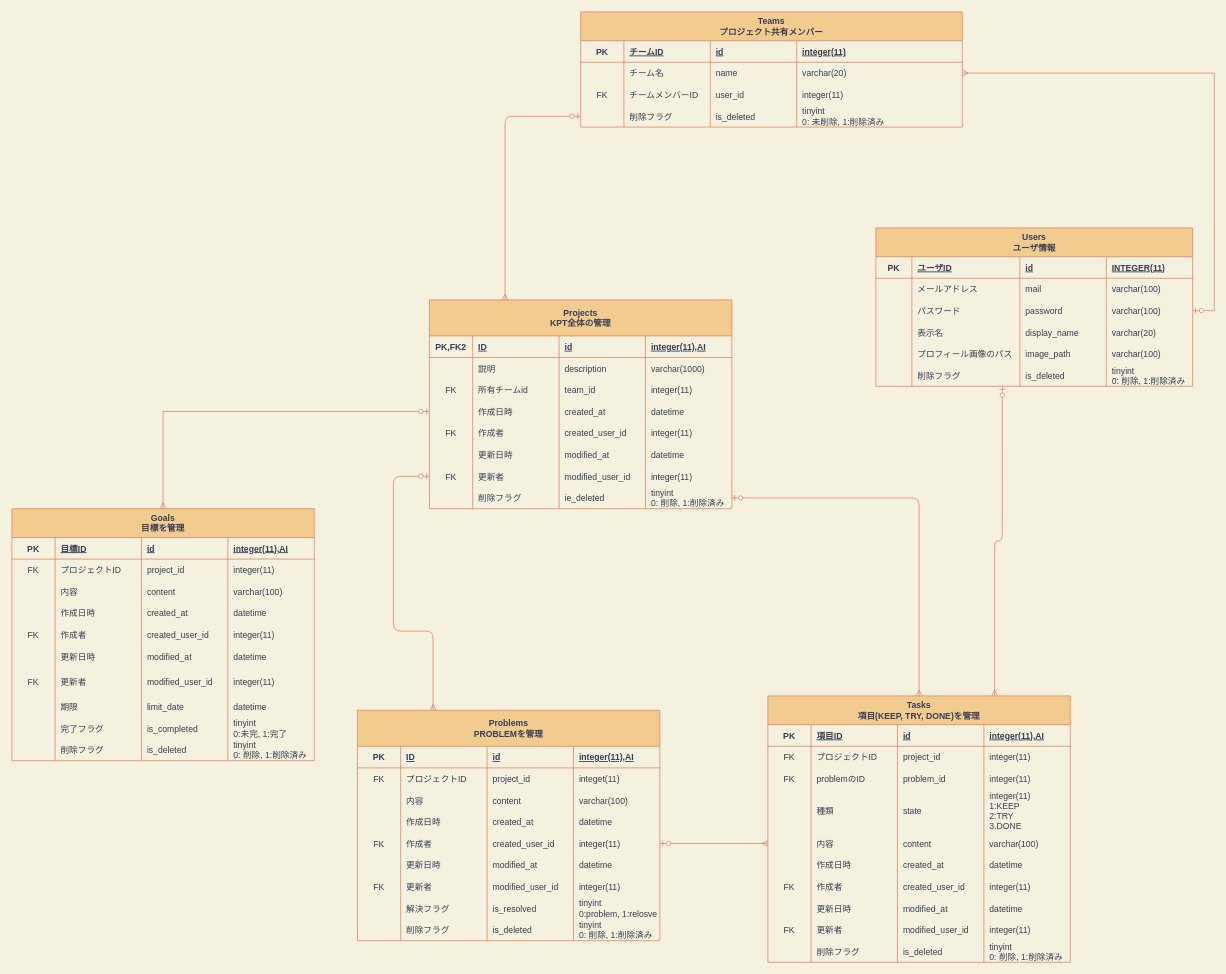
Earlier version of the draw.io diagram database_er_diagram.drawio (nanas773/kpt-design). Source tidied: cells renumbered, new cells numbered last; positions are measured from the earlier drawing's top-left corner, leaving out a move shared by most shapes. Both pictures are drawn from the tidied source at 72%, with x=0, y=0 at pixel (12, 12).
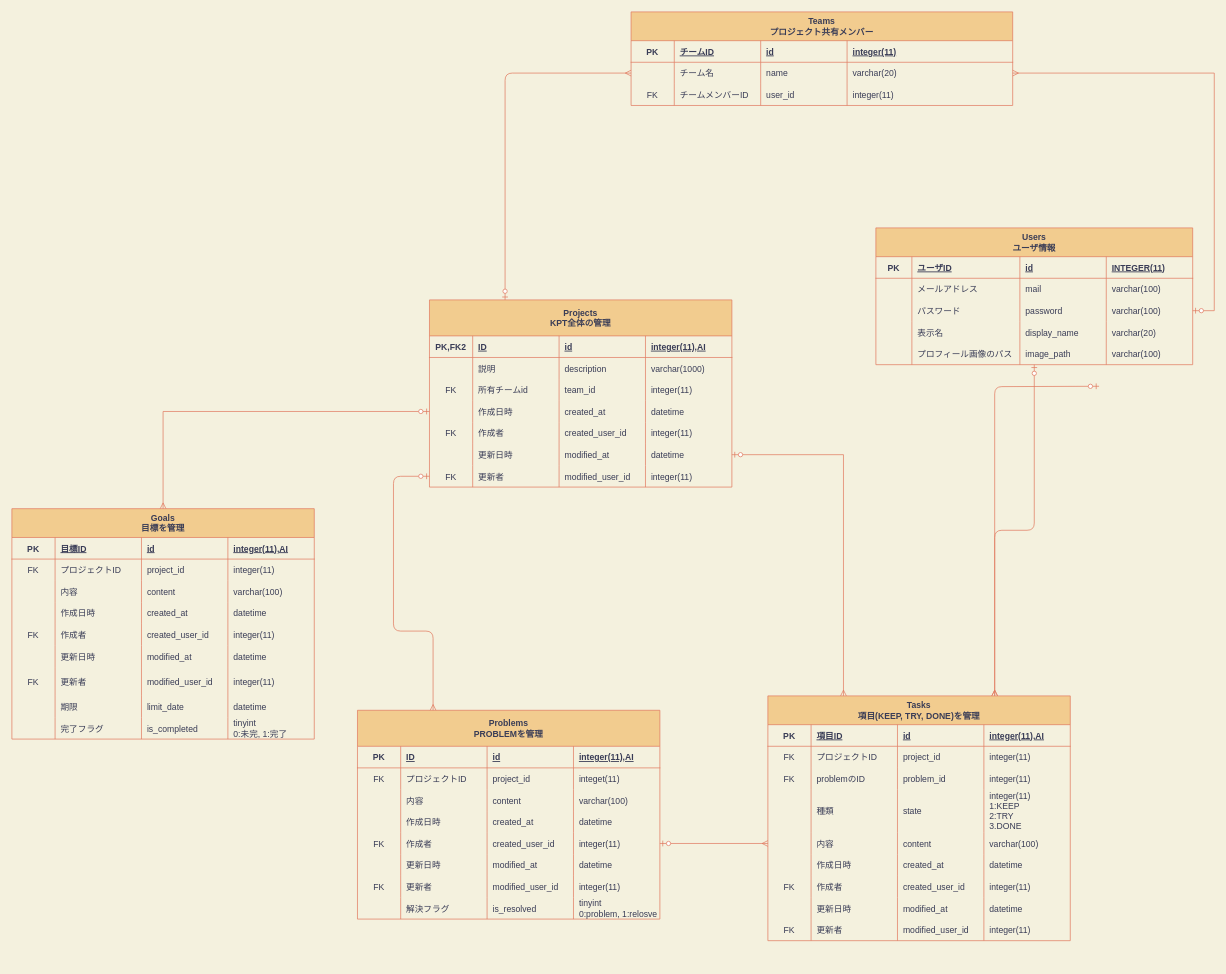
Above is the later version.

Commit message:
Fix: 削除フラグの消去

The change refers to these unchanged cells:
```xml
<mxCell id="42" style="shape=partialRectangle;fillColor=none;top=0;left=0;bottom=0;right=0;points=[[0,0.5],[1,0.5]];portConstraint=eastwest;strokeColor=#E07A5F;fontColor=#393C56;" parent="36" vertex="1">
  <mxGeometry y="70" width="530" height="30" as="geometry" />
</mxCell>
<mxCell id="171" style="shape=partialRectangle;fillColor=none;top=0;left=0;bottom=0;right=0;points=[[0,0.5],[1,0.5]];portConstraint=eastwest;strokeColor=#E07A5F;fontColor=#393C56;" parent="155" vertex="1">
  <mxGeometry y="140" width="420" height="30" as="geometry" />
</mxCell>
<mxCell id="181" style="shape=partialRectangle;fillColor=none;top=0;left=0;bottom=0;right=0;points=[[0,0.5],[1,0.5]];portConstraint=eastwest;strokeColor=#E07A5F;fontColor=#393C56;" parent="155" vertex="1">
  <mxGeometry y="200" width="420" height="30" as="geometry" />
</mxCell>
```

Change to the diagram source:
```diff
@@
-    <mxCell id="2" style="edgeStyle=orthogonalEdgeStyle;curved=0;rounded=1;sketch=0;jettySize=auto;html=1;entryX=0.75;entryY=0;entryDx=0;entryDy=0;startArrow=ERzeroToOne;startFill=1;endArrow=ERmany;endFill=0;strokeColor=#E07A5F;fillColor=#F2CC8F;fontColor=#393C56;exitX=0.399;exitY=1.011;exitDx=0;exitDy=0;exitPerimeter=0;labelBackgroundColor=#F4F1DE;" parent="1" edge="1" source="30" target="58">
-      <mxGeometry relative="1" as="geometry" />
+    <mxCell id="2" style="edgeStyle=orthogonalEdgeStyle;curved=0;rounded=1;sketch=0;jettySize=auto;html=1;entryX=0.75;entryY=0;entryDx=0;entryDy=0;startArrow=ERzeroToOne;startFill=1;endArrow=ERmany;endFill=0;strokeColor=#E07A5F;fillColor=#F2CC8F;fontColor=#393C56;exitX=0.399;exitY=1.011;exitDx=0;exitDy=0;exitPerimeter=0;labelBackgroundColor=#F4F1DE;" parent="1" edge="1" target="58">
+      <mxGeometry relative="1" as="geometry">
+        <mxPoint x="1510" y="520" as="sourcePoint" />
+      </mxGeometry>
     </mxCell>
@@
+    <mxCell id="253" style="edgeStyle=orthogonalEdgeStyle;curved=0;rounded=1;sketch=0;jettySize=auto;html=1;entryX=0.75;entryY=0;entryDx=0;entryDy=0;startArrow=ERzeroToOne;startFill=1;endArrow=ERmany;endFill=0;strokeColor=#E07A5F;fillColor=#F2CC8F;fontColor=#393C56;" parent="1" edge="1" source="4" target="58">
+      <mxGeometry relative="1" as="geometry" />
+    </mxCell>
     <mxCell id="4" value="Users&#10;ユーザ情報" style="shape=table;startSize=40;childLayout=tableLayout;rowLines=0;fontStyle=1;align=center;rounded=0;sketch=0;strokeColor=#E07A5F;fillColor=#F2CC8F;fontColor=#393C56;" parent="1" vertex="1">
-      <mxGeometry x="1200" y="300" width="440" height="220" as="geometry" />
+      <mxGeometry x="1200" y="300" width="440" height="190" as="geometry" />
     </mxCell>
@@
-    <mxCell id="30" style="shape=partialRectangle;fillColor=none;top=0;left=0;bottom=0;right=0;points=[[0,0.5],[1,0.5]];portConstraint=eastwest;strokeColor=#E07A5F;fontColor=#393C56;" parent="4" vertex="1">
-      <mxGeometry y="190" width="440" height="30" as="geometry" />
-    </mxCell>
-    <mxCell id="31" style="shape=partialRectangle;fillColor=none;top=0;left=0;bottom=0;right=0;overflow=hidden;strokeColor=#E07A5F;fontColor=#393C56;" parent="30" vertex="1">
-      <mxGeometry width="50" height="30" as="geometry" />
-    </mxCell>
-    <mxCell id="32" value="削除フラグ" style="shape=partialRectangle;fillColor=none;top=0;left=0;bottom=0;right=0;align=left;spacingLeft=6;overflow=hidden;strokeColor=#E07A5F;fontColor=#393C56;" parent="30" vertex="1">
-      <mxGeometry x="50" width="150" height="30" as="geometry" />
-    </mxCell>
-    <mxCell id="33" value="is_deleted" style="shape=partialRectangle;fillColor=none;top=0;left=0;bottom=0;right=0;align=left;spacingLeft=6;overflow=hidden;strokeColor=#E07A5F;fontColor=#393C56;" parent="30" vertex="1">
-      <mxGeometry x="200" width="120" height="30" as="geometry" />
-    </mxCell>
-    <mxCell id="34" value="tinyint&#10;0: 削除, 1:削除済み" style="shape=partialRectangle;fillColor=none;top=0;left=0;bottom=0;right=0;align=left;spacingLeft=6;overflow=hidden;strokeColor=#E07A5F;fontColor=#393C56;" parent="30" vertex="1">
-      <mxGeometry x="320" width="120" height="30" as="geometry" />
-    </mxCell>
@@
     <mxCell id="36" value="Teams&#10;プロジェクト共有メンバー" style="shape=table;startSize=40;childLayout=tableLayout;rowLines=0;fontStyle=1;align=center;rounded=0;sketch=0;strokeColor=#E07A5F;fillColor=#F2CC8F;fontColor=#393C56;" parent="1" vertex="1">
-      <mxGeometry x="790" width="530" height="160" as="geometry" />
+      <mxGeometry x="860" width="530" height="130" as="geometry" />
     </mxCell>
@@
-    <mxCell id="52" style="shape=partialRectangle;fillColor=none;top=0;left=0;bottom=0;right=0;points=[[0,0.5],[1,0.5]];portConstraint=eastwest;strokeColor=#E07A5F;fontColor=#393C56;" parent="36" vertex="1">
-      <mxGeometry y="130" width="530" height="30" as="geometry" />
-    </mxCell>
-    <mxCell id="53" style="shape=partialRectangle;fillColor=none;top=0;left=0;bottom=0;right=0;overflow=hidden;strokeColor=#E07A5F;fontColor=#393C56;" parent="52" vertex="1">
-      <mxGeometry width="60" height="30" as="geometry" />
-    </mxCell>
-    <mxCell id="54" value="削除フラグ" style="shape=partialRectangle;fillColor=none;top=0;left=0;bottom=0;right=0;align=left;spacingLeft=6;overflow=hidden;strokeColor=#E07A5F;fontColor=#393C56;" parent="52" vertex="1">
-      <mxGeometry x="60" width="120" height="30" as="geometry" />
-    </mxCell>
-    <mxCell id="55" value="is_deleted" style="shape=partialRectangle;fillColor=none;top=0;left=0;bottom=0;right=0;align=left;spacingLeft=6;overflow=hidden;strokeColor=#E07A5F;fontColor=#393C56;" parent="52" vertex="1">
-      <mxGeometry x="180" width="120" height="30" as="geometry" />
-    </mxCell>
-    <mxCell id="56" value="tinyint&#10;0: 未削除, 1:削除済み" style="shape=partialRectangle;fillColor=none;top=0;left=0;bottom=0;right=0;align=left;spacingLeft=6;overflow=hidden;strokeColor=#E07A5F;fontColor=#393C56;" parent="52" vertex="1">
-      <mxGeometry x="300" width="230" height="30" as="geometry" />
-    </mxCell>
@@
     <mxCell id="58" value="Tasks&#10;項目(KEEP, TRY, DONE)を管理" style="shape=table;startSize=40;childLayout=tableLayout;rowLines=0;fontStyle=1;align=center;fillColor=#F2CC8F;strokeColor=#E07A5F;fontColor=#393C56;" parent="1" vertex="1">
-      <mxGeometry x="1050" y="950" width="420" height="370" as="geometry" />
+      <mxGeometry x="1050" y="950" width="420" height="340" as="geometry" />
     </mxCell>
@@
-    <mxCell id="104" style="shape=partialRectangle;fillColor=none;top=0;left=0;bottom=0;right=0;strokeColor=#E07A5F;fontColor=#393C56;" parent="58" vertex="1">
-      <mxGeometry y="340" width="420" height="30" as="geometry" />
-    </mxCell>
-    <mxCell id="105" style="shape=partialRectangle;fillColor=none;top=0;left=0;bottom=0;right=0;overflow=hidden;strokeColor=#E07A5F;fontColor=#393C56;" parent="104" vertex="1">
-      <mxGeometry width="60" height="30" as="geometry" />
-    </mxCell>
-    <mxCell id="106" value="削除フラグ" style="shape=partialRectangle;fillColor=none;top=0;left=0;bottom=0;right=0;align=left;spacingLeft=6;overflow=hidden;strokeColor=#E07A5F;fontColor=#393C56;" parent="104" vertex="1">
-      <mxGeometry x="60" width="120" height="30" as="geometry" />
-    </mxCell>
-    <mxCell id="107" value="is_deleted" style="shape=partialRectangle;fillColor=none;top=0;left=0;bottom=0;right=0;align=left;spacingLeft=6;overflow=hidden;strokeColor=#E07A5F;fontColor=#393C56;" parent="104" vertex="1">
-      <mxGeometry x="180" width="120" height="30" as="geometry" />
-    </mxCell>
-    <mxCell id="108" value="tinyint&#10;0: 削除, 1:削除済み" style="shape=partialRectangle;fillColor=none;top=0;left=0;bottom=0;right=0;align=left;spacingLeft=6;overflow=hidden;strokeColor=#E07A5F;fontColor=#393C56;" parent="104" vertex="1">
-      <mxGeometry x="300" width="120" height="30" as="geometry" />
-    </mxCell>
     <mxCell id="109" value="Problems&#10;PROBLEMを管理" style="shape=table;startSize=50;childLayout=tableLayout;rowLines=0;fontStyle=1;align=center;fillColor=#F2CC8F;strokeColor=#E07A5F;fontColor=#393C56;" parent="1" vertex="1">
-      <mxGeometry x="480" y="970" width="420" height="320" as="geometry" />
+      <mxGeometry x="480" y="970" width="420" height="290" as="geometry" />
     </mxCell>
@@
-    <mxCell id="150" style="shape=partialRectangle;fillColor=none;top=0;left=0;bottom=0;right=0;strokeColor=#E07A5F;fontColor=#393C56;" parent="109" vertex="1">
-      <mxGeometry y="290" width="420" height="30" as="geometry" />
-    </mxCell>
-    <mxCell id="151" style="shape=partialRectangle;fillColor=none;top=0;left=0;bottom=0;right=0;overflow=hidden;strokeColor=#E07A5F;fontColor=#393C56;" parent="150" vertex="1">
-      <mxGeometry width="60" height="30" as="geometry" />
-    </mxCell>
-    <mxCell id="152" value="削除フラグ" style="shape=partialRectangle;fillColor=none;top=0;left=0;bottom=0;right=0;align=left;spacingLeft=6;overflow=hidden;strokeColor=#E07A5F;fontColor=#393C56;" parent="150" vertex="1">
-      <mxGeometry x="60" width="120" height="30" as="geometry" />
-    </mxCell>
-    <mxCell id="153" value="is_deleted" style="shape=partialRectangle;fillColor=none;top=0;left=0;bottom=0;right=0;align=left;spacingLeft=6;overflow=hidden;strokeColor=#E07A5F;fontColor=#393C56;" parent="150" vertex="1">
-      <mxGeometry x="180" width="120" height="30" as="geometry" />
-    </mxCell>
-    <mxCell id="154" value="tinyint&#10;0: 削除, 1:削除済み" style="shape=partialRectangle;fillColor=none;top=0;left=0;bottom=0;right=0;align=left;spacingLeft=6;overflow=hidden;strokeColor=#E07A5F;fontColor=#393C56;" parent="150" vertex="1">
-      <mxGeometry x="300" width="120" height="30" as="geometry" />
-    </mxCell>
     <mxCell id="155" value="Projects&#10;KPT全体の管理" style="shape=table;startSize=50;childLayout=tableLayout;rowLines=0;fontStyle=1;align=center;fillColor=#F2CC8F;strokeColor=#E07A5F;fontColor=#393C56;" parent="1" vertex="1">
-      <mxGeometry x="580" y="400" width="420" height="290" as="geometry" />
+      <mxGeometry x="580" y="400" width="420" height="260" as="geometry" />
     </mxCell>
@@
-    <mxCell id="191" style="shape=partialRectangle;fillColor=none;top=0;left=0;bottom=0;right=0;points=[[0,0.5],[1,0.5]];portConstraint=eastwest;strokeColor=#E07A5F;fontColor=#393C56;" parent="155" vertex="1">
-      <mxGeometry y="260" width="420" height="30" as="geometry" />
-    </mxCell>
-    <mxCell id="192" style="shape=partialRectangle;fillColor=none;top=0;left=0;bottom=0;right=0;overflow=hidden;strokeColor=#E07A5F;fontColor=#393C56;" parent="191" vertex="1">
-      <mxGeometry width="60" height="30" as="geometry" />
-    </mxCell>
-    <mxCell id="193" value="削除フラグ" style="shape=partialRectangle;fillColor=none;top=0;left=0;bottom=0;right=0;align=left;spacingLeft=6;overflow=hidden;strokeColor=#E07A5F;fontColor=#393C56;" parent="191" vertex="1">
-      <mxGeometry x="60" width="120" height="30" as="geometry" />
-    </mxCell>
-    <mxCell id="194" value="ie_deleted" style="shape=partialRectangle;fillColor=none;top=0;left=0;bottom=0;right=0;align=left;spacingLeft=6;overflow=hidden;strokeColor=#E07A5F;fontColor=#393C56;" parent="191" vertex="1">
-      <mxGeometry x="180" width="120" height="30" as="geometry" />
-    </mxCell>
-    <mxCell id="195" value="tinyint&#10;0: 削除, 1:削除済み" style="shape=partialRectangle;fillColor=none;top=0;left=0;bottom=0;right=0;align=left;spacingLeft=6;overflow=hidden;strokeColor=#E07A5F;fontColor=#393C56;" parent="191" vertex="1">
-      <mxGeometry x="300" width="120" height="30" as="geometry" />
-    </mxCell>
@@
-    <mxCell id="197" style="edgeStyle=orthogonalEdgeStyle;curved=0;rounded=1;sketch=0;jettySize=auto;html=1;exitX=1;exitY=0.5;exitDx=0;exitDy=0;startArrow=ERzeroToOne;startFill=1;endArrow=ERmany;endFill=0;strokeColor=#E07A5F;fillColor=#F2CC8F;fontColor=#393C56;labelBackgroundColor=#F4F1DE;" parent="1" edge="1" source="191" target="58">
+    <mxCell id="197" style="edgeStyle=orthogonalEdgeStyle;curved=0;rounded=1;sketch=0;jettySize=auto;html=1;exitX=1;exitY=0.5;exitDx=0;exitDy=0;startArrow=ERzeroToOne;startFill=1;endArrow=ERmany;endFill=0;strokeColor=#E07A5F;fillColor=#F2CC8F;fontColor=#393C56;labelBackgroundColor=#F4F1DE;" parent="1" edge="1" target="58">
       <mxGeometry relative="1" as="geometry" />
     </mxCell>
     <mxCell id="198" value="Goals&#10;目標を管理" style="shape=table;startSize=40;childLayout=tableLayout;rowLines=0;fontStyle=1;align=center;fillColor=#F2CC8F;strokeColor=#E07A5F;fontColor=#393C56;" parent="1" vertex="1">
-      <mxGeometry y="690" width="420" height="350" as="geometry" />
+      <mxGeometry y="690" width="420" height="320" as="geometry" />
     </mxCell>
@@
-    <mxCell id="244" style="shape=partialRectangle;fillColor=none;top=0;left=0;bottom=0;right=0;strokeColor=#E07A5F;fontColor=#393C56;" parent="198" vertex="1">
-      <mxGeometry y="320" width="420" height="30" as="geometry" />
-    </mxCell>
-    <mxCell id="245" style="shape=partialRectangle;fillColor=none;top=0;left=0;bottom=0;right=0;overflow=hidden;strokeColor=#E07A5F;fontColor=#393C56;" parent="244" vertex="1">
-      <mxGeometry width="60" height="30" as="geometry" />
-    </mxCell>
-    <mxCell id="246" value="削除フラグ" style="shape=partialRectangle;fillColor=none;top=0;left=0;bottom=0;right=0;align=left;spacingLeft=6;overflow=hidden;strokeColor=#E07A5F;fontColor=#393C56;" parent="244" vertex="1">
-      <mxGeometry x="60" width="120" height="30" as="geometry" />
-    </mxCell>
-    <mxCell id="247" value="is_deleted" style="shape=partialRectangle;fillColor=none;top=0;left=0;bottom=0;right=0;align=left;spacingLeft=6;overflow=hidden;strokeColor=#E07A5F;fontColor=#393C56;" parent="244" vertex="1">
-      <mxGeometry x="180" width="120" height="30" as="geometry" />
-    </mxCell>
-    <mxCell id="248" value="tinyint&#10;0: 削除, 1:削除済み" style="shape=partialRectangle;fillColor=none;top=0;left=0;bottom=0;right=0;align=left;spacingLeft=6;overflow=hidden;strokeColor=#E07A5F;fontColor=#393C56;" parent="244" vertex="1">
-      <mxGeometry x="300" width="120" height="30" as="geometry" />
-    </mxCell>
@@
-    <mxCell id="250" style="edgeStyle=orthogonalEdgeStyle;curved=0;rounded=1;sketch=0;jettySize=auto;html=1;exitX=0;exitY=0.5;exitDx=0;exitDy=0;entryX=0.25;entryY=0;entryDx=0;entryDy=0;strokeColor=#E07A5F;fillColor=#F2CC8F;fontColor=#393C56;endArrow=ERmany;endFill=0;startArrow=ERzeroToOne;startFill=1;labelBackgroundColor=#F4F1DE;" parent="1" edge="1" source="52" target="155">
+    <mxCell id="250" style="edgeStyle=orthogonalEdgeStyle;curved=0;rounded=1;sketch=0;jettySize=auto;html=1;exitX=0;exitY=0.5;exitDx=0;exitDy=0;entryX=0.25;entryY=0;entryDx=0;entryDy=0;strokeColor=#E07A5F;fillColor=#F2CC8F;fontColor=#393C56;endArrow=ERmany;endFill=0;startArrow=ERzeroToOne;startFill=1;labelBackgroundColor=#F4F1DE;" parent="1" edge="1" target="155">
       <mxGeometry relative="1" as="geometry" />
     </mxCell>
@@
-    <mxCell id="252" style="edgeStyle=orthogonalEdgeStyle;rounded=0;jettySize=auto;html=1;exitX=0;exitY=0.5;exitDx=0;exitDy=0;entryX=0.5;entryY=0;entryDx=0;entryDy=0;labelBackgroundColor=#F4F1DE;strokeColor=#E07A5F;fontColor=#393C56;endArrow=ERmany;endFill=0;startArrow=ERzeroToOne;startFill=1;" parent="1" edge="1" source="171" target="198">
+    <mxCell id="252" style="edgeStyle=orthogonalEdgeStyle;rounded=0;jettySize=auto;html=1;exitX=0;exitY=0.5;exitDx=0;exitDy=0;entryX=0.5;entryY=0;entryDx=0;entryDy=0;strokeColor=#E07A5F;fontColor=#393C56;endArrow=ERmany;endFill=0;startArrow=ERzeroToOne;startFill=1;labelBackgroundColor=#F4F1DE;" parent="1" edge="1" source="171" target="198">
       <mxGeometry relative="1" as="geometry" />
     </mxCell>
+    <mxCell id="254" style="edgeStyle=orthogonalEdgeStyle;rounded=0;jettySize=auto;html=1;exitX=1;exitY=0.5;exitDx=0;exitDy=0;entryX=0.25;entryY=0;entryDx=0;entryDy=0;labelBackgroundColor=#F4F1DE;strokeColor=#E07A5F;fontColor=#393C56;endArrow=ERmany;endFill=0;startArrow=ERzeroToOne;startFill=1;" parent="1" edge="1" source="181" target="58">
+      <mxGeometry relative="1" as="geometry" />
+    </mxCell>
+    <mxCell id="255" style="edgeStyle=orthogonalEdgeStyle;curved=0;rounded=1;sketch=0;jettySize=auto;html=1;exitX=0;exitY=0.5;exitDx=0;exitDy=0;entryX=0.25;entryY=0;entryDx=0;entryDy=0;strokeColor=#E07A5F;fillColor=#F2CC8F;fontColor=#393C56;startArrow=ERmany;startFill=0;endArrow=ERzeroToOne;endFill=1;" parent="1" edge="1" source="42" target="155">
+      <mxGeometry relative="1" as="geometry" />
+    </mxCell>
```
